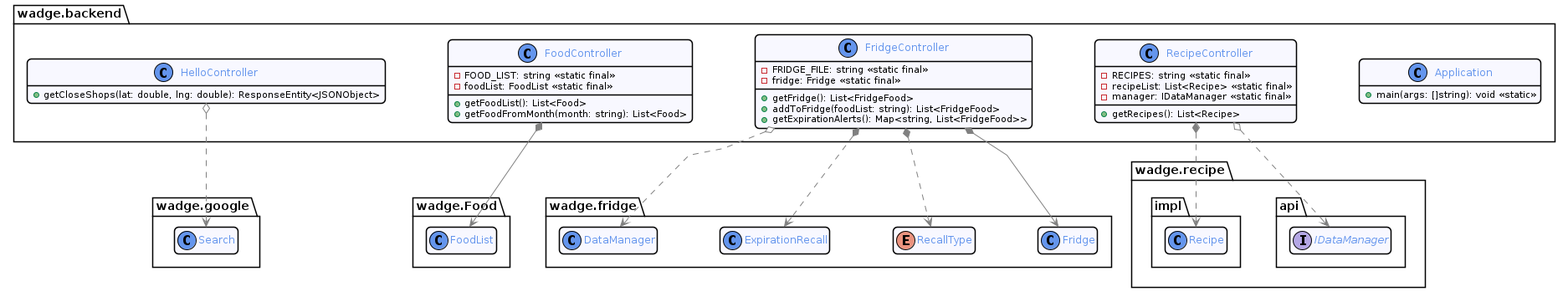
Earlier version of the PlantUML export docs/diagram/out/backEnd.png (romainvacheret/wadge-backend).
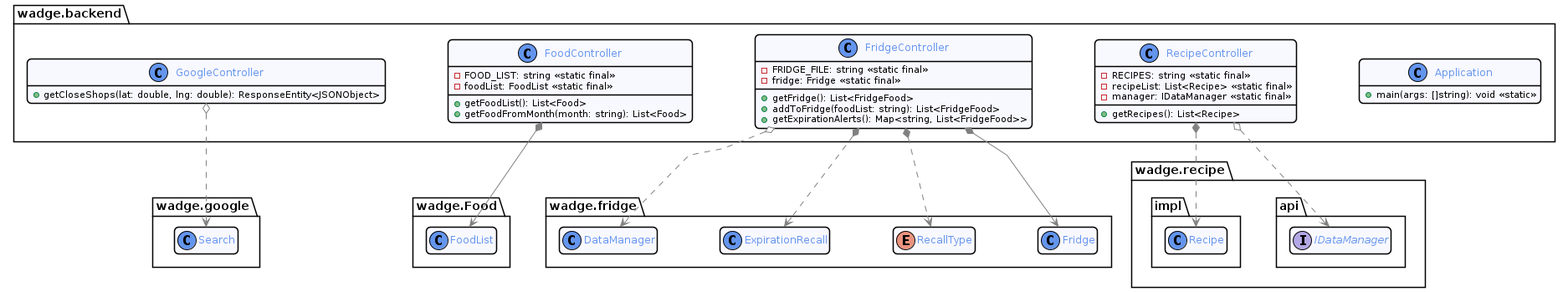
The same diagram one commit later.

The edit, as a diff of the source:
```diff
@@ -31,7 +31,7 @@
             + main(args: []string): void <<static>>
         }
 
-        class HelloController {
+        class GoogleController {
             + getCloseShops(lat: double, lng: double): ResponseEntity<JSONObject>
         }
 
@@ -58,7 +58,7 @@
         }
     }
 
-    HelloController o..> Search
+    GoogleController o..> Search
 
     FoodController *--> FoodList
 
```
